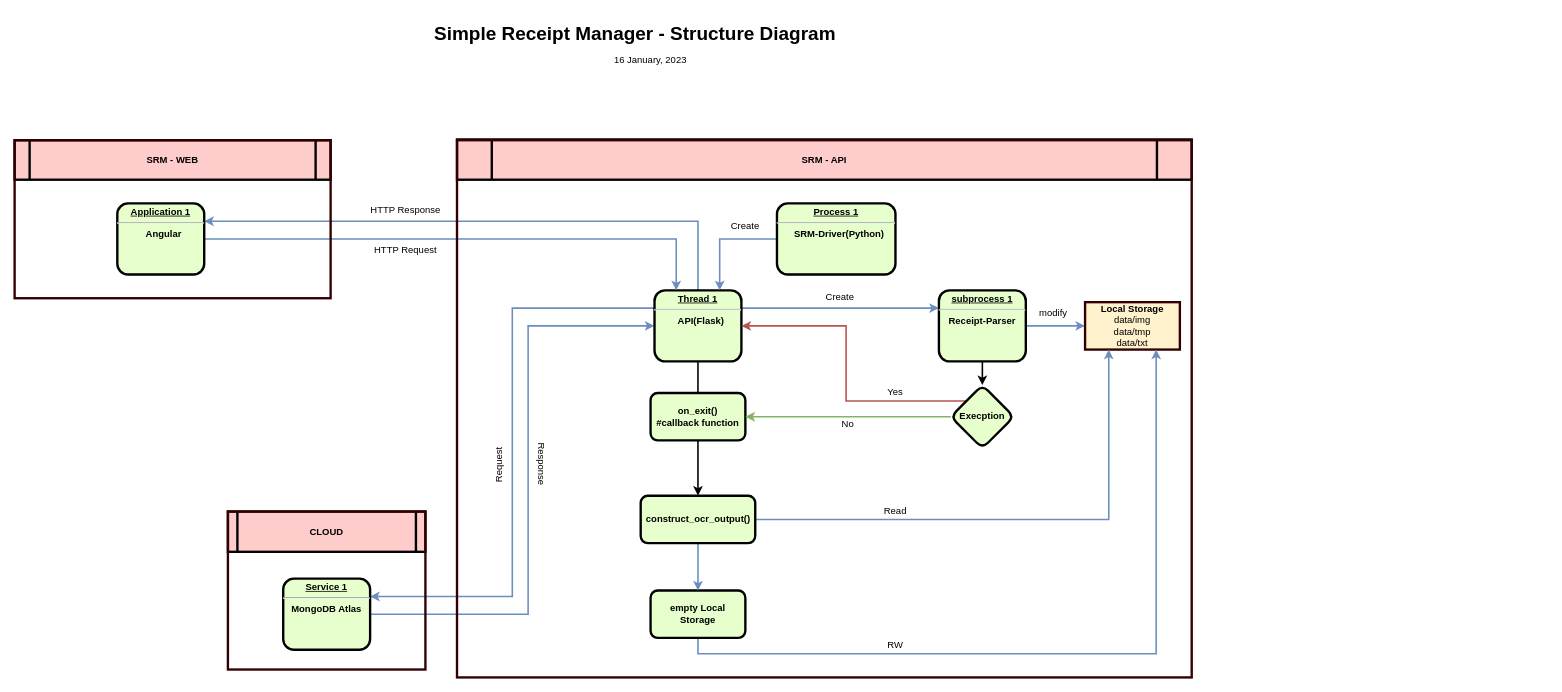
lst97/simple-receipt-manager keeps this draw.io diagram as documentation/Diagram/srm-structure-diagram.drawio. Above is the earlier version. Source tidied: cells renumbered, new cells numbered last; positions are measured from the earlier drawing's top-left corner, leaving out a move shared by most shapes. Both pictures are drawn from the tidied source at 79%, with x=0, y=0 at pixel (14, 13).
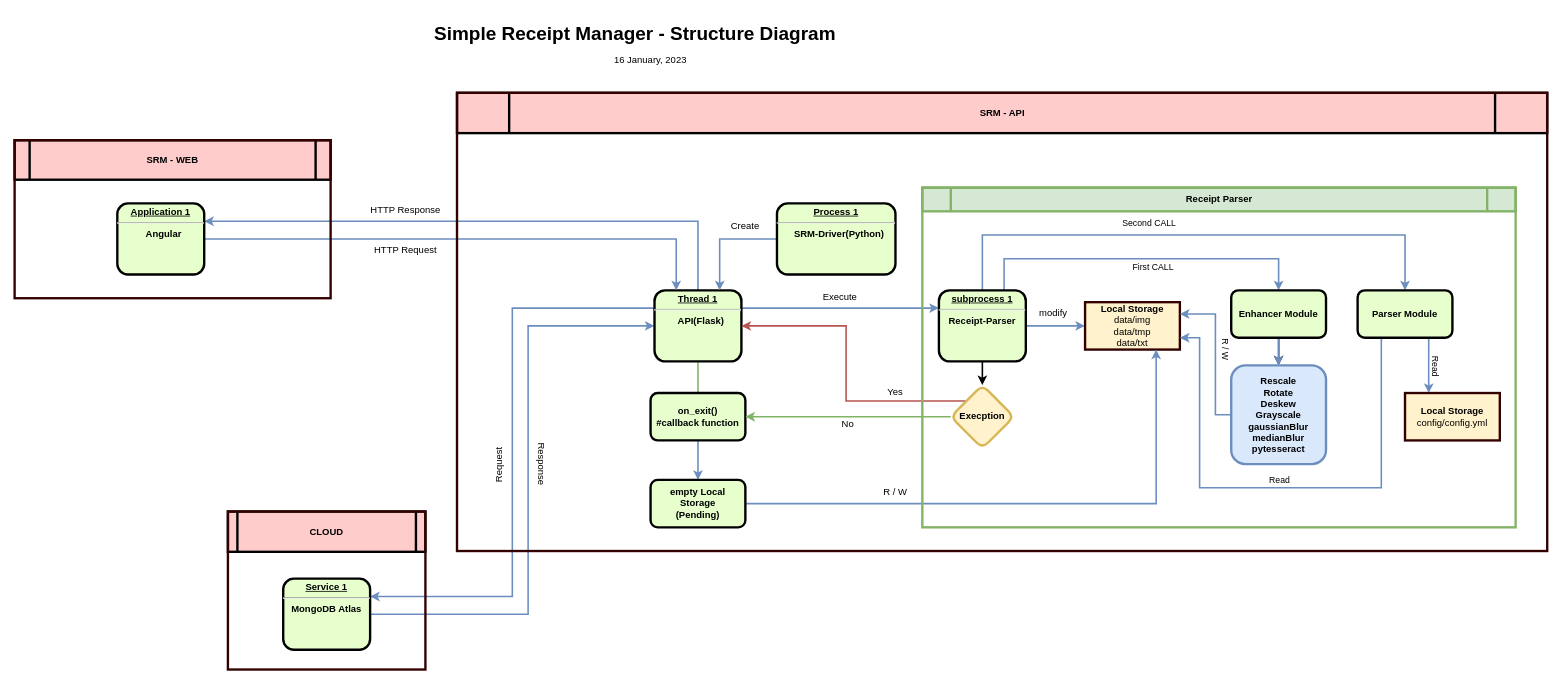
After the change.

Commit message (it also covers changes not shown here):
doc: update flow diagram

Unchanged cells that the change refers to:
```xml
<mxCell id="9" value="&lt;p style=&quot;margin: 0px; margin-top: 4px; text-align: center; text-decoration: underline;&quot;&gt;&lt;strong&gt;Thread 1&lt;br&gt;&lt;/strong&gt;&lt;/p&gt;&lt;hr&gt;&lt;p style=&quot;margin: 0px; margin-left: 8px;&quot;&gt;API(Flask)&lt;/p&gt;" style="verticalAlign=middle;align=center;overflow=fill;fontSize=12;fontFamily=Helvetica;html=1;rounded=1;fontStyle=1;strokeWidth=3;fillColor=#E6FFCC;" parent="1" vertex="1">
  <mxGeometry x="810" y="350" width="110" height="90" as="geometry" />
</mxCell>
<mxCell id="12" value="&lt;p style=&quot;margin: 0px; margin-top: 4px; text-align: center; text-decoration: underline;&quot;&gt;&lt;strong&gt;subprocess 1&lt;br&gt;&lt;/strong&gt;&lt;/p&gt;&lt;hr&gt;Receipt-Parser&lt;p style=&quot;margin: 0px; margin-left: 8px;&quot;&gt;&lt;br&gt;&lt;/p&gt;" style="verticalAlign=middle;align=center;overflow=fill;fontSize=12;fontFamily=Helvetica;html=1;rounded=1;fontStyle=1;strokeWidth=3;fillColor=#E6FFCC;" parent="1" vertex="1">
  <mxGeometry x="1170" y="350" width="110" height="90" as="geometry" />
</mxCell>
<mxCell id="20" value="Local Storage&lt;br&gt;&lt;span style=&quot;font-weight: normal;&quot;&gt;data/img&lt;br&gt;data/tmp&lt;br&gt;data/txt&lt;/span&gt;" style="whiteSpace=wrap;html=1;fillColor=#fff2cc;rounded=0;fontStyle=1;strokeWidth=3;strokeColor=#330000;" parent="1" vertex="1">
  <mxGeometry x="1355" y="365" width="120" height="60" as="geometry" />
</mxCell>
<mxCell id="33" value="on_exit()&lt;br&gt;#callback function" style="whiteSpace=wrap;html=1;fillColor=#E6FFCC;rounded=1;fontStyle=1;strokeWidth=3;" parent="1" vertex="1">
  <mxGeometry x="805" y="480" width="120" height="60" as="geometry" />
</mxCell>
```

The edit, as a diff of the source:
```diff
@@
     <mxCell id="3" value="SRM - API" style="shape=process;whiteSpace=wrap;align=center;verticalAlign=middle;size=0.0475;fontStyle=1;strokeWidth=3;fillColor=#FFCCCC;" parent="1" vertex="1">
-      <mxGeometry x="560" y="159" width="930" height="51" as="geometry" />
+      <mxGeometry x="560" y="100" width="1380" height="51" as="geometry" />
     </mxCell>
@@
-    <mxCell id="6" style="edgeStyle=orthogonalEdgeStyle;rounded=0;jettySize=auto;html=1;strokeWidth=2;endArrow=none;endFill=0;" parent="1" edge="1" source="9" target="33">
+    <mxCell id="6" style="edgeStyle=orthogonalEdgeStyle;rounded=0;jettySize=auto;html=1;strokeWidth=2;endArrow=none;endFill=0;fillColor=#d5e8d4;strokeColor=#82b366;" parent="1" edge="1" source="9" target="33">
       <mxGeometry relative="1" as="geometry" />
     </mxCell>
@@
+    <mxCell id="46" style="edgeStyle=orthogonalEdgeStyle;rounded=0;jettySize=auto;html=1;exitX=0.75;exitY=0;exitDx=0;exitDy=0;entryX=0.5;entryY=0;entryDx=0;entryDy=0;strokeWidth=2;startArrow=none;startFill=0;endArrow=classic;endFill=1;fillColor=#dae8fc;strokeColor=#6c8ebf;" parent="1" edge="1" source="12" target="52">
+      <mxGeometry relative="1" as="geometry">
+        <Array as="points">
+          <mxPoint x="1253" y="310" />
+          <mxPoint x="1600" y="310" />
+        </Array>
+      </mxGeometry>
+    </mxCell>
+    <mxCell id="47" value="First CALL" style="edgeLabel;html=1;align=center;verticalAlign=middle;" parent="46" vertex="1">
+      <mxGeometry x="0.01" y="-2" relative="1" as="geometry">
+        <mxPoint x="12" y="8" as="offset" />
+      </mxGeometry>
+    </mxCell>
+    <mxCell id="48" style="edgeStyle=orthogonalEdgeStyle;rounded=0;jettySize=auto;html=1;entryX=0.5;entryY=0;entryDx=0;entryDy=0;strokeWidth=2;startArrow=none;startFill=0;endArrow=classic;endFill=1;fillColor=#dae8fc;strokeColor=#6c8ebf;" parent="1" edge="1" source="12" target="59">
+      <mxGeometry relative="1" as="geometry">
+        <Array as="points">
+          <mxPoint x="1225" y="280" />
+          <mxPoint x="1760" y="280" />
+        </Array>
+      </mxGeometry>
+    </mxCell>
@@
     <mxCell id="27" style="rounded=0;whiteSpace=wrap;html=1;strokeColor=#330000;strokeWidth=3;fillColor=none;" parent="1" vertex="1">
-      <mxGeometry x="560" y="160" width="930" height="680" as="geometry" />
+      <mxGeometry x="560" y="100" width="1380" height="580" as="geometry" />
     </mxCell>
@@
-    <mxCell id="31" value="Create" style="text;spacingTop=-5;align=center;" parent="1" vertex="1">
+    <mxCell id="31" value="Execute" style="text;spacingTop=-5;align=center;" parent="1" vertex="1">
       <mxGeometry x="1030" y="350" width="30" height="20" as="geometry" />
     </mxCell>
-    <mxCell id="32" style="edgeStyle=orthogonalEdgeStyle;rounded=0;jettySize=auto;html=1;exitX=0.5;exitY=1;exitDx=0;exitDy=0;entryX=0.5;entryY=0;entryDx=0;entryDy=0;strokeWidth=2;startArrow=none;startFill=0;endArrow=classic;endFill=1;" parent="1" edge="1" source="33" target="45">
-      <mxGeometry relative="1" as="geometry" />
-    </mxCell>
+    <mxCell id="49" style="edgeStyle=orthogonalEdgeStyle;rounded=0;jettySize=auto;html=1;entryX=0.5;entryY=0;entryDx=0;entryDy=0;strokeWidth=2;startArrow=none;startFill=0;endArrow=classic;endFill=1;fillColor=#dae8fc;strokeColor=#6c8ebf;" parent="1" edge="1" source="33" target="41">
+      <mxGeometry relative="1" as="geometry" />
+    </mxCell>
@@
-    <mxCell id="36" value="Execption" style="rhombus;whiteSpace=wrap;html=1;fillColor=#E6FFCC;rounded=1;fontStyle=1;strokeWidth=3;" parent="1" vertex="1">
+    <mxCell id="36" value="Execption" style="rhombus;whiteSpace=wrap;html=1;fillColor=#fff2cc;rounded=1;fontStyle=1;strokeWidth=3;strokeColor=#d6b656;" parent="1" vertex="1">
       <mxGeometry x="1185" y="470" width="80" height="80" as="geometry" />
     </mxCell>
@@
-    <mxCell id="39" value="Read" style="text;spacingTop=-5;align=center;" parent="1" vertex="1">
-      <mxGeometry x="1100" y="620" width="30" height="20" as="geometry" />
-    </mxCell>
-    <mxCell id="40" style="edgeStyle=orthogonalEdgeStyle;rounded=0;jettySize=auto;html=1;exitX=0.5;exitY=1;exitDx=0;exitDy=0;entryX=0.75;entryY=1;entryDx=0;entryDy=0;strokeWidth=2;startArrow=none;startFill=0;endArrow=classic;endFill=1;fillColor=#dae8fc;strokeColor=#6c8ebf;" parent="1" edge="1" source="41" target="20">
+    <mxCell id="40" style="edgeStyle=orthogonalEdgeStyle;rounded=0;jettySize=auto;html=1;exitX=1;exitY=0.5;exitDx=0;exitDy=0;entryX=0.75;entryY=1;entryDx=0;entryDy=0;strokeWidth=2;startArrow=none;startFill=0;endArrow=classic;endFill=1;fillColor=#dae8fc;strokeColor=#6c8ebf;" parent="1" edge="1" source="41" target="20">
       <mxGeometry relative="1" as="geometry" />
     </mxCell>
-    <mxCell id="41" value="empty Local Storage" style="whiteSpace=wrap;html=1;fillColor=#E6FFCC;rounded=1;fontStyle=1;strokeWidth=3;" parent="1" vertex="1">
-      <mxGeometry x="805" y="730" width="120" height="60" as="geometry" />
+    <mxCell id="41" value="empty Local Storage&lt;br&gt;(Pending)" style="whiteSpace=wrap;html=1;fillColor=#E6FFCC;rounded=1;fontStyle=1;strokeWidth=3;" parent="1" vertex="1">
+      <mxGeometry x="805" y="590" width="120" height="60" as="geometry" />
     </mxCell>
-    <mxCell id="42" value="RW" style="text;spacingTop=-5;align=center;" parent="1" vertex="1">
-      <mxGeometry x="1100" y="790" width="30" height="20" as="geometry" />
+    <mxCell id="42" value="R / W" style="text;spacingTop=-5;align=center;" parent="1" vertex="1">
+      <mxGeometry x="1100" y="597" width="30" height="20" as="geometry" />
     </mxCell>
-    <mxCell id="43" style="edgeStyle=orthogonalEdgeStyle;rounded=0;jettySize=auto;html=1;exitX=1;exitY=0.5;exitDx=0;exitDy=0;entryX=0.25;entryY=1;entryDx=0;entryDy=0;strokeWidth=2;startArrow=none;startFill=0;endArrow=classic;endFill=1;fillColor=#dae8fc;strokeColor=#6c8ebf;" parent="1" edge="1" source="45" target="20">
-      <mxGeometry relative="1" as="geometry" />
-    </mxCell>
-    <mxCell id="44" style="edgeStyle=orthogonalEdgeStyle;rounded=0;jettySize=auto;html=1;strokeWidth=2;startArrow=none;startFill=0;endArrow=classic;endFill=1;fillColor=#dae8fc;strokeColor=#6c8ebf;" parent="1" edge="1" source="45" target="41">
-      <mxGeometry relative="1" as="geometry" />
-    </mxCell>
-    <mxCell id="45" value="construct_ocr_output()" style="whiteSpace=wrap;html=1;fillColor=#E6FFCC;rounded=1;fontStyle=1;strokeWidth=3;" parent="1" vertex="1">
-      <mxGeometry x="792.5" y="610" width="145" height="60" as="geometry" />
-    </mxCell>
+    <mxCell id="50" style="edgeStyle=orthogonalEdgeStyle;rounded=0;jettySize=auto;html=1;strokeWidth=2;startArrow=none;startFill=0;endArrow=classic;endFill=1;" parent="1" edge="1" source="52" target="55">
+      <mxGeometry relative="1" as="geometry" />
+    </mxCell>
+    <mxCell id="51" style="edgeStyle=orthogonalEdgeStyle;rounded=0;jettySize=auto;html=1;strokeWidth=2;startArrow=none;startFill=0;endArrow=classic;endFill=1;fillColor=#dae8fc;strokeColor=#6c8ebf;" parent="1" edge="1" source="52" target="55">
+      <mxGeometry relative="1" as="geometry" />
+    </mxCell>
+    <mxCell id="52" value="Enhancer Module" style="whiteSpace=wrap;html=1;fillColor=#E6FFCC;rounded=1;fontStyle=1;strokeWidth=3;" parent="1" vertex="1">
+      <mxGeometry x="1540" y="350" width="120" height="60" as="geometry" />
+    </mxCell>
+    <mxCell id="53" style="edgeStyle=orthogonalEdgeStyle;rounded=0;jettySize=auto;html=1;entryX=1;entryY=0.25;entryDx=0;entryDy=0;strokeWidth=2;startArrow=none;startFill=0;endArrow=classic;endFill=1;fillColor=#dae8fc;strokeColor=#6c8ebf;" parent="1" edge="1" source="55" target="20">
+      <mxGeometry relative="1" as="geometry">
+        <Array as="points">
+          <mxPoint x="1520" y="508" />
+          <mxPoint x="1520" y="380" />
+        </Array>
+      </mxGeometry>
+    </mxCell>
+    <mxCell id="54" value="R / W" style="edgeLabel;html=1;align=center;verticalAlign=middle;rotation=90;" parent="53" vertex="1">
+      <mxGeometry x="0.08" y="4" relative="1" as="geometry">
+        <mxPoint x="17" as="offset" />
+      </mxGeometry>
+    </mxCell>
+    <mxCell id="55" value="Rescale&lt;br&gt;Rotate&lt;br&gt;Deskew&lt;br&gt;Grayscale&lt;br&gt;gaussianBlur&lt;br&gt;medianBlur&lt;br&gt;pytesseract" style="whiteSpace=wrap;html=1;fillColor=#dae8fc;rounded=1;fontStyle=1;strokeWidth=3;strokeColor=#6c8ebf;" parent="1" vertex="1">
+      <mxGeometry x="1540" y="445" width="120" height="125" as="geometry" />
+    </mxCell>
+    <mxCell id="56" style="edgeStyle=orthogonalEdgeStyle;rounded=0;jettySize=auto;html=1;exitX=0.25;exitY=1;exitDx=0;exitDy=0;entryX=1;entryY=0.75;entryDx=0;entryDy=0;strokeWidth=2;startArrow=none;startFill=0;endArrow=classic;endFill=1;fillColor=#dae8fc;strokeColor=#6c8ebf;" parent="1" edge="1" source="59" target="20">
+      <mxGeometry relative="1" as="geometry">
+        <Array as="points">
+          <mxPoint x="1730" y="600" />
+          <mxPoint x="1500" y="600" />
+          <mxPoint x="1500" y="410" />
+        </Array>
+      </mxGeometry>
+    </mxCell>
+    <mxCell id="57" style="edgeStyle=orthogonalEdgeStyle;rounded=0;jettySize=auto;html=1;exitX=0.75;exitY=1;exitDx=0;exitDy=0;entryX=0.25;entryY=0;entryDx=0;entryDy=0;strokeWidth=2;startArrow=none;startFill=0;endArrow=classic;endFill=1;fillColor=#dae8fc;strokeColor=#6c8ebf;" parent="1" edge="1" source="59" target="62">
+      <mxGeometry relative="1" as="geometry" />
+    </mxCell>
+    <mxCell id="58" value="Read" style="edgeLabel;html=1;align=center;verticalAlign=middle;rotation=90;" parent="57" vertex="1">
+      <mxGeometry x="-0.06" relative="1" as="geometry">
+        <mxPoint x="10" y="2" as="offset" />
+      </mxGeometry>
+    </mxCell>
+    <mxCell id="59" value="Parser Module" style="whiteSpace=wrap;html=1;fillColor=#E6FFCC;rounded=1;fontStyle=1;strokeWidth=3;" parent="1" vertex="1">
+      <mxGeometry x="1700" y="350" width="120" height="60" as="geometry" />
+    </mxCell>
+    <mxCell id="60" value="Second&amp;nbsp;CALL" style="edgeLabel;html=1;align=center;verticalAlign=middle;" parent="1" vertex="1">
+      <mxGeometry x="1430" y="260" as="geometry">
+        <mxPoint x="5" y="4" as="offset" />
+      </mxGeometry>
+    </mxCell>
+    <mxCell id="61" value="Receipt Parser" style="shape=process;whiteSpace=wrap;align=center;verticalAlign=middle;size=0.0475;fontStyle=1;strokeWidth=3;fillColor=#d5e8d4;strokeColor=#82b366;" parent="1" vertex="1">
+      <mxGeometry x="1149" y="220" width="751" height="30" as="geometry" />
+    </mxCell>
+    <mxCell id="62" value="Local Storage&lt;br&gt;&lt;span style=&quot;font-weight: 400;&quot;&gt;config/config.yml&lt;/span&gt;" style="whiteSpace=wrap;html=1;fillColor=#fff2cc;rounded=0;fontStyle=1;strokeWidth=3;strokeColor=#330000;" parent="1" vertex="1">
+      <mxGeometry x="1760" y="480" width="120" height="60" as="geometry" />
+    </mxCell>
+    <mxCell id="63" value="Read" style="edgeLabel;html=1;align=center;verticalAlign=middle;rotation=0;" parent="1" vertex="1">
+      <mxGeometry x="1600" y="590" as="geometry" />
+    </mxCell>
+    <mxCell id="64" style="rounded=0;whiteSpace=wrap;html=1;strokeColor=#82b366;strokeWidth=3;fillColor=none;" parent="1" vertex="1">
+      <mxGeometry x="1149" y="220" width="751" height="430" as="geometry" />
+    </mxCell>
```
